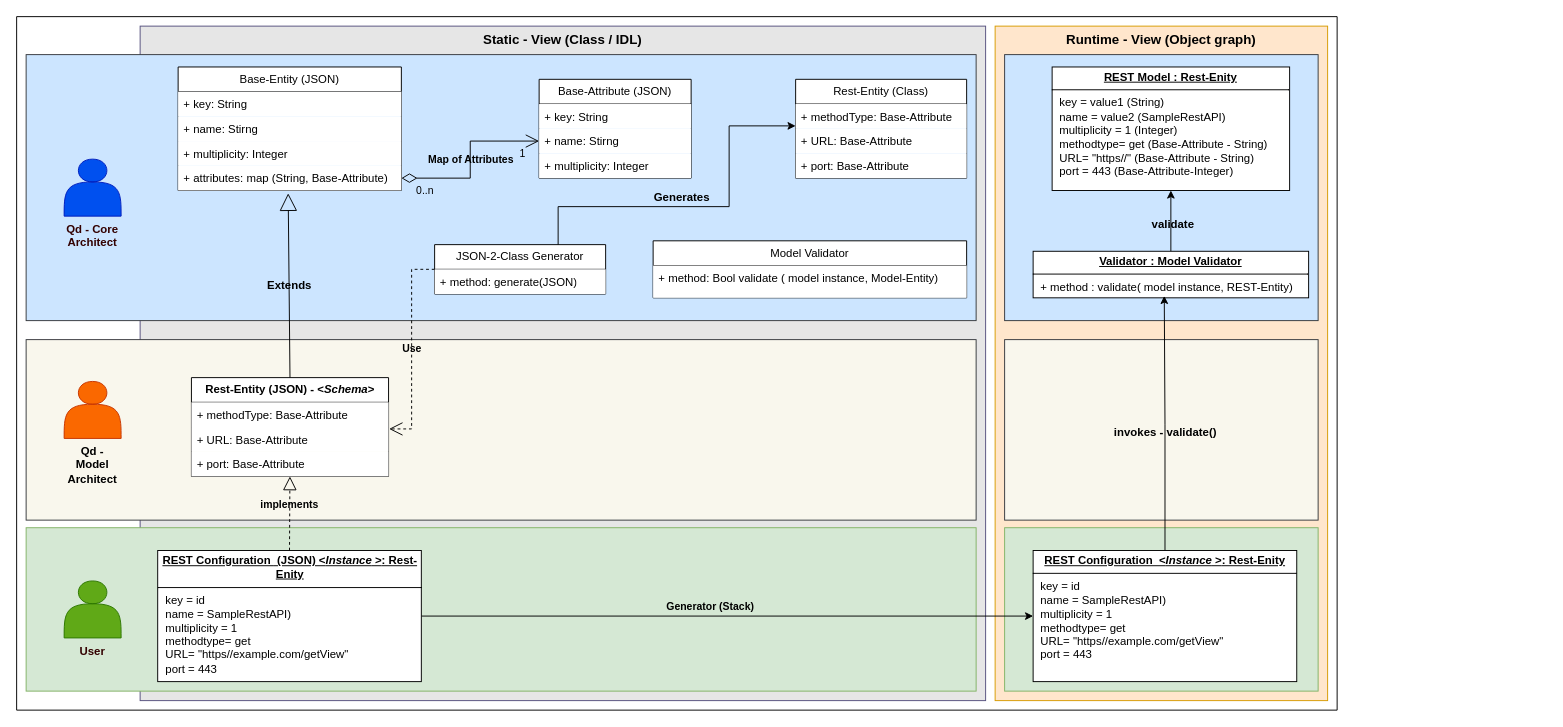
Before: page "Class-View (Rest example)" (3 of 3) of Rust-Franca-POC/Design/HLD-Package View/Qd-Package.drawio in qorix-group/qd-proposal, a draw.io diagram. Source tidied: cells renumbered, new cells numbered last; positions are measured from the earlier drawing's top-left corner, leaving out a move shared by most shapes. Both pictures are drawn from the tidied source at 95%, with x=0, y=0 at pixel (16, 16).
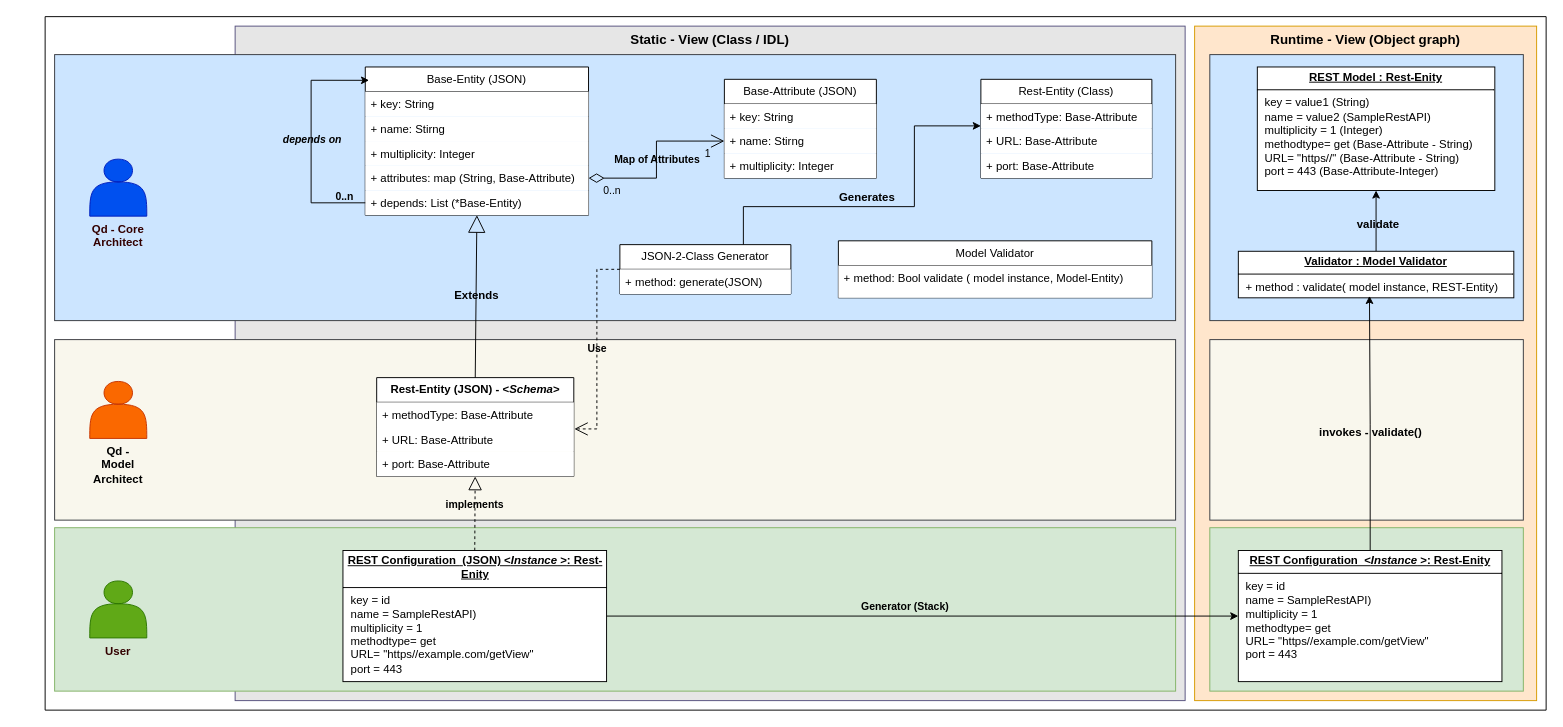
After the change.

The change refers to these unchanged cells:
```xml
<mxCell id="14" value="+ attributes: map (String, Base-Attribute)" style="text;strokeColor=none;fillColor=default;align=left;verticalAlign=top;spacingLeft=4;spacingRight=4;overflow=hidden;points=[[0,0.5],[1,0.5]];portConstraint=eastwest;whiteSpace=wrap;html=1;" parent="10" vertex="1">
  <mxGeometry y="104" width="235" height="26" as="geometry" />
</mxCell>
<mxCell id="32" value="+ methodType: Base-Attribute" style="text;align=left;verticalAlign=top;spacingLeft=4;spacingRight=4;overflow=hidden;points=[[0,0.5],[1,0.5]];portConstraint=eastwest;whiteSpace=wrap;html=1;fillColor=default;" parent="31" vertex="1">
  <mxGeometry y="26" width="180" height="26" as="geometry" />
</mxCell>
```

Diff of the diagram source:
```diff
@@
     <mxCell id="2" value="Runtime - View (Object graph)" style="rounded=0;whiteSpace=wrap;html=1;fillColor=#ffe6cc;strokeColor=#d79b00;fontStyle=1;fontSize=14;labelPosition=center;verticalLabelPosition=top;align=center;verticalAlign=bottom;spacingBottom=-25;" parent="1" vertex="1">
-      <mxGeometry x="1030" y="10" width="350" height="710" as="geometry" />
+      <mxGeometry x="1240" y="10" width="360" height="710" as="geometry" />
     </mxCell>
     <mxCell id="3" style="rounded=0;whiteSpace=wrap;html=1;fillColor=#d5e8d4;strokeColor=#82b366;" parent="1" vertex="1">
-      <mxGeometry x="1040" y="538" width="330" height="172" as="geometry" />
+      <mxGeometry x="1256" y="538" width="330" height="172" as="geometry" />
     </mxCell>
     <mxCell id="4" style="rounded=0;whiteSpace=wrap;html=1;fillColor=#f9f7ed;strokeColor=#36393d;" parent="1" vertex="1">
-      <mxGeometry x="1040" y="340" width="330" height="190" as="geometry" />
+      <mxGeometry x="1256" y="340" width="330" height="190" as="geometry" />
     </mxCell>
     <mxCell id="5" style="rounded=0;whiteSpace=wrap;html=1;fillColor=#cce5ff;strokeColor=#36393d;" parent="1" vertex="1">
-      <mxGeometry x="1040" y="40" width="330" height="280" as="geometry" />
+      <mxGeometry x="1256" y="40" width="330" height="280" as="geometry" />
     </mxCell>
     <mxCell id="6" style="swimlane;startSize=0;" parent="1" vertex="1">
-      <mxGeometry width="1390" height="730" as="geometry" />
+      <mxGeometry x="30" width="1580" height="730" as="geometry" />
     </mxCell>
     <mxCell id="7" value="Static - View (Class / IDL)" style="rounded=0;whiteSpace=wrap;html=1;fillColor=#E6E6E6;strokeColor=#56517e;labelPosition=center;verticalLabelPosition=top;align=center;verticalAlign=bottom;fontStyle=1;fontSize=14;spacingBottom=-25;" parent="1" vertex="1">
-      <mxGeometry x="130" y="10" width="890" height="710" as="geometry" />
+      <mxGeometry x="230" y="10" width="1000" height="710" as="geometry" />
     </mxCell>
     <mxCell id="8" style="rounded=0;whiteSpace=wrap;html=1;fillColor=#f9f7ed;strokeColor=#36393d;" parent="1" vertex="1">
-      <mxGeometry x="10" y="340" width="1000" height="190" as="geometry" />
+      <mxGeometry x="40" y="340" width="1180" height="190" as="geometry" />
     </mxCell>
     <mxCell id="9" style="rounded=0;whiteSpace=wrap;html=1;fillColor=#cce5ff;strokeColor=#36393d;" parent="1" vertex="1">
-      <mxGeometry x="10" y="40" width="1000" height="280" as="geometry" />
+      <mxGeometry x="40" y="40" width="1180" height="280" as="geometry" />
     </mxCell>
     <mxCell id="10" value="Base-Entity (JSON)" style="swimlane;fontStyle=0;horizontal=1;startSize=26;fillColor=#FFFFFF;whiteSpace=wrap;html=1;" parent="1" vertex="1">
-      <mxGeometry x="170" y="53" width="235" height="130" as="geometry" />
+      <mxGeometry x="367" y="53" width="235" height="156" as="geometry" />
     </mxCell>
@@
+    <mxCell id="54" value="+ depends: List (*Base-Entity)" style="text;strokeColor=none;fillColor=default;align=left;verticalAlign=top;spacingLeft=4;spacingRight=4;overflow=hidden;points=[[0,0.5],[1,0.5]];portConstraint=eastwest;whiteSpace=wrap;html=1;" parent="10" vertex="1">
+      <mxGeometry y="130" width="235" height="26" as="geometry" />
+    </mxCell>
+    <mxCell id="55" style="edgeStyle=orthogonalEdgeStyle;rounded=0;jettySize=auto;html=1;entryX=0.017;entryY=0.09;entryDx=0;entryDy=0;entryPerimeter=0;" parent="10" edge="1" source="54" target="10">
+      <mxGeometry relative="1" as="geometry">
+        <Array as="points">
+          <mxPoint x="-57" y="143" />
+          <mxPoint x="-57" y="14" />
+        </Array>
+      </mxGeometry>
+    </mxCell>
+    <mxCell id="56" value="0..n" style="edgeLabel;html=1;align=center;verticalAlign=middle;labelBackgroundColor=none;fontStyle=1;" parent="55" vertex="1">
+      <mxGeometry x="-0.77" relative="1" as="geometry">
+        <mxPoint x="5" y="-7" as="offset" />
+      </mxGeometry>
+    </mxCell>
+    <mxCell id="57" value="&lt;i&gt;&lt;b&gt;depends on&lt;/b&gt;&lt;/i&gt;" style="edgeLabel;html=1;align=center;verticalAlign=middle;labelBackgroundColor=none;" parent="55" vertex="1">
+      <mxGeometry x="0.01" relative="1" as="geometry" />
+    </mxCell>
     <mxCell id="15" value="Base-Attribute (JSON)" style="swimlane;fontStyle=0;horizontal=1;startSize=26;fillColor=#FFFFFF;whiteSpace=wrap;html=1;" parent="1" vertex="1">
-      <mxGeometry x="550" y="66" width="160" height="104" as="geometry" />
+      <mxGeometry x="745" y="66" width="160" height="104" as="geometry" />
     </mxCell>
@@
     <mxCell id="19" value="Rest-Entity (JSON) - &amp;lt;&lt;i&gt;Schema&lt;/i&gt;&amp;gt;" style="swimlane;fontStyle=1;horizontal=1;startSize=26;fillColor=#FFFFFF;whiteSpace=wrap;html=1;" parent="1" vertex="1">
-      <mxGeometry x="184" y="380" width="207.5" height="104" as="geometry" />
+      <mxGeometry x="379" y="380" width="207.5" height="104" as="geometry" />
     </mxCell>
@@
-    <mxCell id="23" value="Extends" style="endArrow=block;endSize=16;endFill=0;html=1;rounded=0;exitX=0.5;exitY=0;exitDx=0;exitDy=0;entryX=0.493;entryY=1.115;entryDx=0;entryDy=0;entryPerimeter=0;fontStyle=1;fontSize=12;labelBackgroundColor=none;" parent="1" edge="1" source="19" target="14">
+    <mxCell id="23" value="Extends" style="endArrow=block;endSize=16;endFill=0;html=1;rounded=0;exitX=0.5;exitY=0;exitDx=0;exitDy=0;fontStyle=1;fontSize=12;labelBackgroundColor=none;entryX=0.5;entryY=1;entryDx=0;entryDy=0;" parent="1" edge="1" source="19" target="10">
       <mxGeometry relative="1" as="geometry" />
     </mxCell>
     <mxCell id="24" value="JSON-2-Class Generator" style="swimlane;fontStyle=0;horizontal=1;startSize=26;fillColor=#FFFFFF;whiteSpace=wrap;html=1;" parent="1" vertex="1">
-      <mxGeometry x="440" y="240" width="180" height="52" as="geometry" />
+      <mxGeometry x="635" y="240" width="180" height="52" as="geometry" />
     </mxCell>
@@
     <mxCell id="30" value="&lt;p style=&quot;margin:0px;margin-top:4px;text-align:center;text-decoration:underline;&quot;&gt;&lt;b&gt;REST Model : Rest-Enity&lt;/b&gt;&lt;/p&gt;&lt;hr size=&quot;1&quot; style=&quot;border-style:solid;&quot;&gt;&lt;p style=&quot;margin:0px;margin-left:8px;&quot;&gt;key = value1 (String)&lt;br&gt;name = value2 (SampleRestAPI)&lt;br&gt;multiplicity = 1 (Integer)&lt;br&gt;&lt;/p&gt;&lt;p style=&quot;margin:0px;margin-left:8px;&quot;&gt;methodtype= get (Base-Attribute - String)&lt;br&gt;&lt;/p&gt;&lt;p style=&quot;margin: 0px 0px 0px 8px;&quot;&gt;URL= &quot;https//&quot; (Base-Attribute - String)&lt;br&gt;&lt;/p&gt;&lt;p style=&quot;margin:0px;margin-left:8px;&quot;&gt;port = 443 (Base-Attribute-Integer)&lt;br&gt;&lt;/p&gt;" style="verticalAlign=top;align=left;overflow=fill;html=1;whiteSpace=wrap;" parent="1" vertex="1">
-      <mxGeometry x="1090" y="53" width="250" height="130" as="geometry" />
+      <mxGeometry x="1306" y="53" width="250" height="130" as="geometry" />
     </mxCell>
     <mxCell id="31" value="Rest-Entity (Class)" style="swimlane;fontStyle=0;horizontal=1;startSize=26;fillColor=#FFFFFF;whiteSpace=wrap;html=1;" parent="1" vertex="1">
-      <mxGeometry x="820" y="66" width="180" height="104" as="geometry" />
+      <mxGeometry x="1015" y="66" width="180" height="104" as="geometry" />
     </mxCell>
@@
     <mxCell id="35" style="edgeStyle=orthogonalEdgeStyle;rounded=0;jettySize=auto;html=1;entryX=0;entryY=0.885;entryDx=0;entryDy=0;entryPerimeter=0;" parent="1" edge="1" source="24" target="32">
       <mxGeometry relative="1" as="geometry">
         <Array as="points">
-          <mxPoint x="570" y="200" />
-          <mxPoint x="750" y="200" />
-          <mxPoint x="750" y="115" />
+          <mxPoint x="765" y="200" />
+          <mxPoint x="945" y="200" />
+          <mxPoint x="945" y="115" />
         </Array>
       </mxGeometry>
     </mxCell>
@@
     <mxCell id="37" value="Model Validator" style="swimlane;fontStyle=0;horizontal=1;startSize=26;fillColor=#FFFFFF;whiteSpace=wrap;html=1;" parent="1" vertex="1">
-      <mxGeometry x="670" y="236" width="330" height="60" as="geometry" />
+      <mxGeometry x="865" y="236" width="330" height="60" as="geometry" />
     </mxCell>
@@
     <mxCell id="41" value="&lt;p style=&quot;margin:0px;margin-top:4px;text-align:center;text-decoration:underline;&quot;&gt;&lt;b&gt;Validator : Model Validator&lt;/b&gt;&lt;/p&gt;&lt;hr size=&quot;1&quot; style=&quot;border-style:solid;&quot;&gt;&lt;p style=&quot;margin:0px;margin-left:8px;&quot;&gt;+ method :&amp;nbsp;&lt;span style=&quot;background-color: transparent; color: light-dark(rgb(0, 0, 0), rgb(255, 255, 255));&quot;&gt;validate( model instance, REST-Entity)&lt;/span&gt;&lt;span style=&quot;background-color: transparent; color: light-dark(rgb(0, 0, 0), rgb(255, 255, 255));&quot;&gt;&amp;nbsp;&lt;/span&gt;&lt;span style=&quot;background-color: transparent; color: light-dark(rgb(0, 0, 0), rgb(255, 255, 255));&quot;&gt;&amp;nbsp;&lt;/span&gt;&lt;/p&gt;" style="verticalAlign=top;align=left;overflow=fill;html=1;whiteSpace=wrap;" parent="1" vertex="1">
-      <mxGeometry x="1070" y="247" width="290" height="49" as="geometry" />
+      <mxGeometry x="1286" y="247" width="290" height="49" as="geometry" />
     </mxCell>
     <mxCell id="42" value="Qd - Core Architect" style="shape=actor;whiteSpace=wrap;html=1;fillColor=#0050ef;fontColor=#330000;strokeColor=#001DBC;labelPosition=center;verticalLabelPosition=bottom;align=center;verticalAlign=top;fontStyle=1;" parent="1" vertex="1">
-      <mxGeometry x="50" y="150" width="60" height="60" as="geometry" />
+      <mxGeometry x="77" y="150" width="60" height="60" as="geometry" />
     </mxCell>
     <mxCell id="43" value="Qd - Model Architect" style="shape=actor;whiteSpace=wrap;html=1;fillColor=#fa6800;fontColor=#000000;strokeColor=#C73500;labelPosition=center;verticalLabelPosition=bottom;align=center;verticalAlign=top;fontStyle=1;" parent="1" vertex="1">
-      <mxGeometry x="50" y="384" width="60" height="60" as="geometry" />
+      <mxGeometry x="77" y="384" width="60" height="60" as="geometry" />
     </mxCell>
     <mxCell id="44" style="rounded=0;whiteSpace=wrap;html=1;fillColor=#d5e8d4;strokeColor=#82b366;" parent="1" vertex="1">
-      <mxGeometry x="10" y="538" width="1000" height="172" as="geometry" />
+      <mxGeometry x="40" y="538" width="1180" height="172" as="geometry" />
     </mxCell>
@@
     <mxCell id="47" value="&lt;p style=&quot;margin:0px;margin-top:4px;text-align:center;text-decoration:underline;&quot;&gt;&lt;b&gt;REST Configuration&amp;nbsp;&lt;i&gt; &lt;/i&gt;(JSON) &amp;lt;&lt;/b&gt;&lt;b style=&quot;background-color: transparent; color: light-dark(rgb(0, 0, 0), rgb(255, 255, 255));&quot;&gt;&lt;i&gt;Instance&lt;/i&gt;&amp;nbsp;&amp;gt;&lt;/b&gt;&lt;b style=&quot;background-color: transparent; color: light-dark(rgb(0, 0, 0), rgb(255, 255, 255));&quot;&gt;: Rest-Enity&lt;/b&gt;&lt;/p&gt;&lt;hr size=&quot;1&quot; style=&quot;border-style:solid;&quot;&gt;&lt;p style=&quot;margin:0px;margin-left:8px;&quot;&gt;key = id&lt;br&gt;name = SampleRestAPI)&lt;br&gt;multiplicity = 1&lt;br&gt;&lt;/p&gt;&lt;p style=&quot;margin:0px;margin-left:8px;&quot;&gt;methodtype= get&lt;br&gt;&lt;/p&gt;&lt;p style=&quot;margin: 0px 0px 0px 8px;&quot;&gt;URL= &quot;https//example.com/getView&quot;&amp;nbsp;&lt;br&gt;&lt;/p&gt;&lt;p style=&quot;margin:0px;margin-left:8px;&quot;&gt;port = 443&lt;br&gt;&lt;/p&gt;" style="verticalAlign=top;align=left;overflow=fill;html=1;whiteSpace=wrap;" parent="1" vertex="1">
-      <mxGeometry x="148.5" y="562" width="277.5" height="138" as="geometry" />
+      <mxGeometry x="343.5" y="562" width="277.5" height="138" as="geometry" />
     </mxCell>
@@
     <mxCell id="50" value="&lt;p style=&quot;margin:0px;margin-top:4px;text-align:center;text-decoration:underline;&quot;&gt;&lt;b&gt;REST Configuration&amp;nbsp;&amp;nbsp;&amp;lt;&lt;/b&gt;&lt;b style=&quot;background-color: transparent; color: light-dark(rgb(0, 0, 0), rgb(255, 255, 255));&quot;&gt;&lt;i&gt;Instance&lt;/i&gt;&amp;nbsp;&amp;gt;&lt;/b&gt;&lt;b style=&quot;background-color: transparent; color: light-dark(rgb(0, 0, 0), rgb(255, 255, 255));&quot;&gt;: Rest-Enity&lt;/b&gt;&lt;/p&gt;&lt;hr size=&quot;1&quot; style=&quot;border-style:solid;&quot;&gt;&lt;p style=&quot;margin:0px;margin-left:8px;&quot;&gt;key = id&lt;br&gt;name = SampleRestAPI)&lt;br&gt;multiplicity = 1&lt;br&gt;&lt;/p&gt;&lt;p style=&quot;margin:0px;margin-left:8px;&quot;&gt;methodtype= get&lt;br&gt;&lt;/p&gt;&lt;p style=&quot;margin: 0px 0px 0px 8px;&quot;&gt;URL= &quot;https//example.com/getView&quot;&amp;nbsp;&lt;br&gt;&lt;/p&gt;&lt;p style=&quot;margin:0px;margin-left:8px;&quot;&gt;port = 443&lt;br&gt;&lt;/p&gt;" style="verticalAlign=top;align=left;overflow=fill;html=1;whiteSpace=wrap;" parent="1" vertex="1">
-      <mxGeometry x="1070" y="562" width="277.5" height="138" as="geometry" />
+      <mxGeometry x="1286" y="562" width="277.5" height="138" as="geometry" />
     </mxCell>
@@
     <mxCell id="53" value="User" style="shape=actor;whiteSpace=wrap;html=1;fillColor=#60a917;strokeColor=#2D7600;labelPosition=center;verticalLabelPosition=bottom;align=center;verticalAlign=top;fontStyle=1;fontColor=#330000;" parent="1" vertex="1">
-      <mxGeometry x="50" y="594" width="60" height="60" as="geometry" />
+      <mxGeometry x="77" y="594" width="60" height="60" as="geometry" />
     </mxCell>
```
